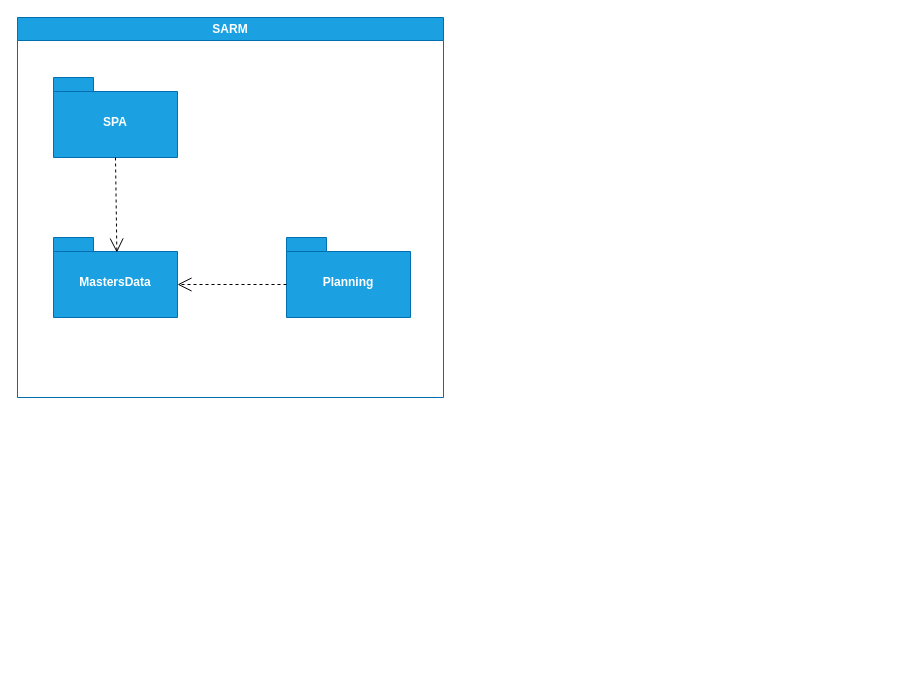
Above: docs/L2/Implementation_View.drawio in Rodrick0209/ISEP-SEM5PI-24-25 (draw.io), before the change. Source tidied: cells renumbered, new cells numbered last; positions are measured from the earlier drawing's top-left corner, leaving out a move shared by most shapes. Both pictures are drawn from the tidied source at 100%, with x=0, y=0 at pixel (17, 17).
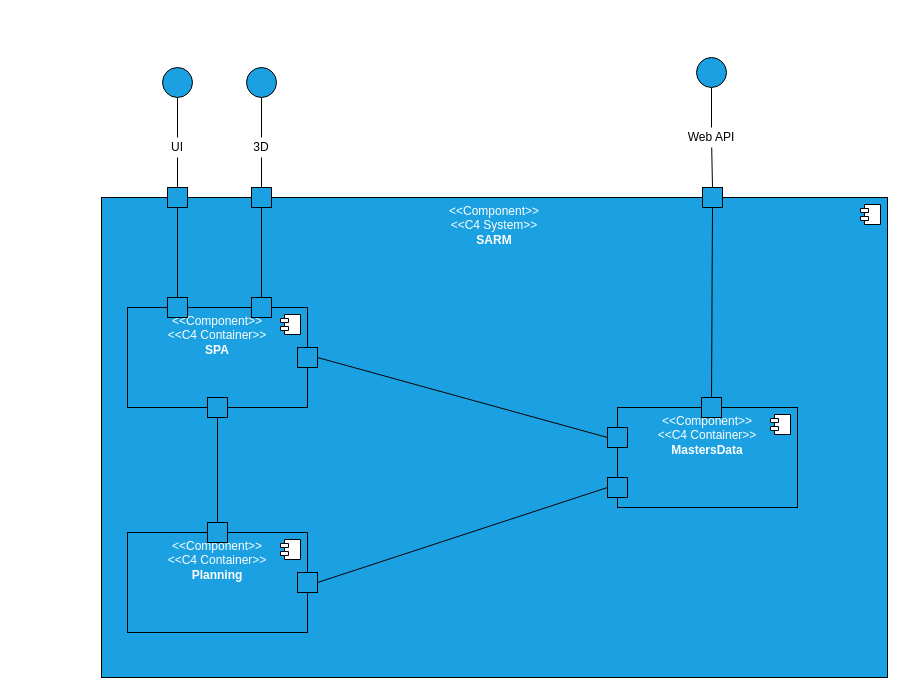
After the change.

Commit message (it also covers changes not shown here):
Implementation view fixed #25

Diff of the diagram source:
```diff
@@
-    <mxCell id="2" value="SARM" style="swimlane;whiteSpace=wrap;html=1;fillColor=#1ba1e2;fontColor=#ffffff;strokeColor=#006EAF;startSize=23;" parent="1" vertex="1">
-      <mxGeometry width="426" height="380" as="geometry" />
-    </mxCell>
-    <mxCell id="3" value="SPA" style="shape=folder;fontStyle=1;spacingTop=10;tabWidth=40;tabHeight=14;tabPosition=left;html=1;whiteSpace=wrap;fillColor=#1ba1e2;fontColor=#ffffff;strokeColor=#006EAF;" parent="2" vertex="1">
-      <mxGeometry x="36" y="60" width="124" height="80" as="geometry" />
-    </mxCell>
-    <mxCell id="4" value="Planning" style="shape=folder;fontStyle=1;spacingTop=10;tabWidth=40;tabHeight=14;tabPosition=left;html=1;whiteSpace=wrap;fillColor=#1ba1e2;fontColor=#ffffff;strokeColor=#006EAF;" parent="2" vertex="1">
-      <mxGeometry x="269" y="220" width="124" height="80" as="geometry" />
-    </mxCell>
-    <mxCell id="5" value="MastersData" style="shape=folder;fontStyle=1;spacingTop=10;tabWidth=40;tabHeight=14;tabPosition=left;html=1;whiteSpace=wrap;fillColor=#1ba1e2;fontColor=#ffffff;strokeColor=#006EAF;" parent="2" vertex="1">
-      <mxGeometry x="36" y="220" width="124" height="80" as="geometry" />
-    </mxCell>
-    <mxCell id="6" value="&lt;div&gt;&lt;br&gt;&lt;/div&gt;&lt;div&gt;&lt;br&gt;&lt;/div&gt;" style="endArrow=open;endSize=12;dashed=1;html=1;rounded=0;exitX=0;exitY=0;exitDx=0;exitDy=47;exitPerimeter=0;entryX=0;entryY=0;entryDx=124;entryDy=47;entryPerimeter=0;" parent="2" edge="1" source="4" target="5">
-      <mxGeometry relative="1" as="geometry" />
-    </mxCell>
-    <mxCell id="7" value="&lt;div&gt;&lt;br&gt;&lt;/div&gt;&lt;div&gt;&lt;br&gt;&lt;/div&gt;" style="endArrow=open;endSize=12;dashed=1;html=1;rounded=0;exitX=0.5;exitY=1;exitDx=0;exitDy=0;exitPerimeter=0;entryX=0.511;entryY=0.188;entryDx=0;entryDy=0;entryPerimeter=0;" parent="2" edge="1" source="3" target="5">
-      <mxGeometry relative="1" as="geometry" />
-    </mxCell>
+    <mxCell id="8" value="&amp;lt;&amp;lt;Component&amp;gt;&amp;gt;&lt;div&gt;&amp;lt;&amp;lt;C4 System&amp;gt;&amp;gt;&lt;/div&gt;&lt;div style=&quot;padding-right: 0px;&quot;&gt;&lt;b&gt;SARM&lt;/b&gt;&lt;/div&gt;" style="html=1;whiteSpace=wrap;horizontal=1;verticalAlign=top;fillColor=#1ba1e2;fontColor=#ffffff;strokeColor=default;" parent="1" vertex="1">
+      <mxGeometry x="84" y="180" width="786" height="480" as="geometry" />
+    </mxCell>
+    <mxCell id="9" style="shape=module;jettyWidth=8;jettyHeight=4;" parent="8" vertex="1">
+      <mxGeometry x="1" width="20" height="20" relative="1" as="geometry">
+        <mxPoint x="-27" y="7" as="offset" />
+      </mxGeometry>
+    </mxCell>
+    <mxCell id="10" value="&amp;lt;&amp;lt;Component&amp;gt;&amp;gt;&lt;div&gt;&amp;lt;&amp;lt;C4 Container&lt;span style=&quot;background-color: initial;&quot;&gt;&amp;gt;&amp;gt;&lt;/span&gt;&lt;/div&gt;&lt;div style=&quot;padding-right: 0px;&quot;&gt;&lt;b&gt;SPA&lt;/b&gt;&lt;/div&gt;" style="html=1;whiteSpace=wrap;horizontal=1;verticalAlign=top;fillColor=#1ba1e2;fontColor=#ffffff;strokeColor=default;" parent="1" vertex="1">
+      <mxGeometry x="110" y="290" width="180" height="100" as="geometry" />
+    </mxCell>
+    <mxCell id="11" style="shape=module;jettyWidth=8;jettyHeight=4;" parent="10" vertex="1">
+      <mxGeometry x="1" width="20" height="20" relative="1" as="geometry">
+        <mxPoint x="-27" y="7" as="offset" />
+      </mxGeometry>
+    </mxCell>
+    <mxCell id="12" style="whiteSpace=wrap;html=1;fillColor=#1ba1e2;fontColor=#ffffff;strokeColor=default;" parent="1" vertex="1">
+      <mxGeometry x="150" y="170" width="20" height="20" as="geometry" />
+    </mxCell>
+    <mxCell id="13" style="whiteSpace=wrap;html=1;fillColor=#1ba1e2;fontColor=#ffffff;strokeColor=default;" parent="1" vertex="1">
+      <mxGeometry x="150" y="280" width="20" height="20" as="geometry" />
+    </mxCell>
+    <mxCell id="14" style="whiteSpace=wrap;html=1;fillColor=#1ba1e2;fontColor=#ffffff;strokeColor=default;" parent="1" vertex="1">
+      <mxGeometry x="234" y="280" width="20" height="20" as="geometry" />
+    </mxCell>
+    <mxCell id="15" style="endArrow=none;html=1;rounded=0;entryX=0.5;entryY=1;entryDx=0;entryDy=0;exitX=0.5;exitY=0;exitDx=0;exitDy=0;" parent="1" edge="1" source="13" target="12">
+      <mxGeometry relative="1" as="geometry" />
+    </mxCell>
+    <mxCell id="16" style="endArrow=none;html=1;rounded=0;entryX=0.5;entryY=1;entryDx=0;entryDy=0;exitX=0.5;exitY=0;exitDx=0;exitDy=0;" parent="1" edge="1" source="14">
+      <mxGeometry relative="1" as="geometry">
+        <mxPoint x="244" y="190" as="targetPoint" />
+      </mxGeometry>
+    </mxCell>
+    <mxCell id="17" style="endArrow=none;html=1;rounded=0;exitX=0.5;exitY=0;exitDx=0;exitDy=0;entryX=0.5;entryY=1;entryDx=0;entryDy=0;" parent="1" edge="1" source="20" target="18">
+      <mxGeometry relative="1" as="geometry" />
+    </mxCell>
+    <mxCell id="18" style="ellipse;whiteSpace=wrap;html=1;fillColor=#1ba1e2;fontColor=#ffffff;strokeColor=default;" parent="1" vertex="1">
+      <mxGeometry x="145" y="50" width="30" height="30" as="geometry" />
+    </mxCell>
+    <mxCell id="19" style="endArrow=none;html=1;rounded=0;exitX=0.5;exitY=0;exitDx=0;exitDy=0;" parent="1" edge="1" source="12" target="20">
+      <mxGeometry relative="1" as="geometry" />
+    </mxCell>
+    <mxCell id="20" value="UI" style="text;html=1;align=center;verticalAlign=middle;whiteSpace=wrap;rounded=0;" parent="1" vertex="1">
+      <mxGeometry x="150" y="120" width="20" height="20" as="geometry" />
+    </mxCell>
+    <mxCell id="21" style="whiteSpace=wrap;html=1;fillColor=#1ba1e2;fontColor=#ffffff;strokeColor=default;" parent="1" vertex="1">
+      <mxGeometry x="234" y="170" width="20" height="20" as="geometry" />
+    </mxCell>
+    <mxCell id="22" style="endArrow=none;html=1;rounded=0;exitX=0.5;exitY=0;exitDx=0;exitDy=0;entryX=0.5;entryY=1;entryDx=0;entryDy=0;" parent="1" edge="1" source="25" target="23">
+      <mxGeometry relative="1" as="geometry" />
+    </mxCell>
+    <mxCell id="23" style="ellipse;whiteSpace=wrap;html=1;fillColor=#1ba1e2;fontColor=#ffffff;strokeColor=default;" parent="1" vertex="1">
+      <mxGeometry x="229" y="50" width="30" height="30" as="geometry" />
+    </mxCell>
+    <mxCell id="24" style="endArrow=none;html=1;rounded=0;exitX=0.5;exitY=0;exitDx=0;exitDy=0;" parent="1" edge="1" source="21" target="25">
+      <mxGeometry relative="1" as="geometry" />
+    </mxCell>
+    <mxCell id="25" value="3D" style="text;html=1;align=center;verticalAlign=middle;whiteSpace=wrap;rounded=0;" parent="1" vertex="1">
+      <mxGeometry x="234" y="120" width="20" height="20" as="geometry" />
+    </mxCell>
+    <mxCell id="26" value="&amp;lt;&amp;lt;Component&amp;gt;&amp;gt;&lt;div&gt;&amp;lt;&amp;lt;C4 Container&lt;span style=&quot;background-color: initial;&quot;&gt;&amp;gt;&amp;gt;&lt;/span&gt;&lt;/div&gt;&lt;div&gt;&lt;b&gt;Planning&lt;/b&gt;&lt;/div&gt;" style="html=1;whiteSpace=wrap;horizontal=1;verticalAlign=top;fillColor=#1ba1e2;fontColor=#ffffff;strokeColor=default;" parent="1" vertex="1">
+      <mxGeometry x="110" y="515" width="180" height="100" as="geometry" />
+    </mxCell>
+    <mxCell id="27" style="shape=module;jettyWidth=8;jettyHeight=4;" parent="26" vertex="1">
+      <mxGeometry x="1" width="20" height="20" relative="1" as="geometry">
+        <mxPoint x="-27" y="7" as="offset" />
+      </mxGeometry>
+    </mxCell>
+    <mxCell id="28" style="whiteSpace=wrap;html=1;fillColor=#1ba1e2;fontColor=#ffffff;strokeColor=default;" parent="1" vertex="1">
+      <mxGeometry x="190" y="380" width="20" height="20" as="geometry" />
+    </mxCell>
+    <mxCell id="29" style="whiteSpace=wrap;html=1;fillColor=#1ba1e2;fontColor=#ffffff;strokeColor=default;" parent="1" vertex="1">
+      <mxGeometry x="190" y="505" width="20" height="20" as="geometry" />
+    </mxCell>
+    <mxCell id="30" style="endArrow=none;html=1;rounded=0;entryX=0.5;entryY=1;entryDx=0;entryDy=0;exitX=0.5;exitY=0;exitDx=0;exitDy=0;" parent="1" edge="1" source="29" target="28">
+      <mxGeometry relative="1" as="geometry" />
+    </mxCell>
+    <mxCell id="31" value="&amp;lt;&amp;lt;Component&amp;gt;&amp;gt;&lt;div&gt;&amp;lt;&amp;lt;C4 Container&lt;span style=&quot;background-color: initial;&quot;&gt;&amp;gt;&amp;gt;&lt;/span&gt;&lt;/div&gt;&lt;div style=&quot;padding-right: 0px;&quot;&gt;&lt;b&gt;MastersData&lt;/b&gt;&lt;/div&gt;" style="html=1;whiteSpace=wrap;horizontal=1;verticalAlign=top;fillColor=#1ba1e2;fontColor=#ffffff;strokeColor=default;" parent="1" vertex="1">
+      <mxGeometry x="600" y="390" width="180" height="100" as="geometry" />
+    </mxCell>
+    <mxCell id="32" style="shape=module;jettyWidth=8;jettyHeight=4;" parent="31" vertex="1">
+      <mxGeometry x="1" width="20" height="20" relative="1" as="geometry">
+        <mxPoint x="-27" y="7" as="offset" />
+      </mxGeometry>
+    </mxCell>
+    <mxCell id="33" style="whiteSpace=wrap;html=1;fillColor=#1ba1e2;fontColor=#ffffff;strokeColor=default;" parent="1" vertex="1">
+      <mxGeometry x="280" y="555" width="20" height="20" as="geometry" />
+    </mxCell>
+    <mxCell id="34" style="whiteSpace=wrap;html=1;fillColor=#1ba1e2;fontColor=#ffffff;strokeColor=default;" parent="1" vertex="1">
+      <mxGeometry x="280" y="330" width="20" height="20" as="geometry" />
+    </mxCell>
+    <mxCell id="35" style="whiteSpace=wrap;html=1;fillColor=#1ba1e2;fontColor=#ffffff;strokeColor=default;" parent="1" vertex="1">
+      <mxGeometry x="590" y="410" width="20" height="20" as="geometry" />
+    </mxCell>
+    <mxCell id="36" style="whiteSpace=wrap;html=1;fillColor=#1ba1e2;fontColor=#ffffff;strokeColor=default;" parent="1" vertex="1">
+      <mxGeometry x="590" y="460" width="20" height="20" as="geometry" />
+    </mxCell>
+    <mxCell id="37" style="endArrow=none;html=1;rounded=0;entryX=0;entryY=0.5;entryDx=0;entryDy=0;exitX=1;exitY=0.5;exitDx=0;exitDy=0;" parent="1" edge="1" source="33" target="36">
+      <mxGeometry relative="1" as="geometry" />
+    </mxCell>
+    <mxCell id="38" style="endArrow=none;html=1;rounded=0;entryX=1;entryY=0.5;entryDx=0;entryDy=0;exitX=0;exitY=0.5;exitDx=0;exitDy=0;" parent="1" edge="1" source="35" target="34">
+      <mxGeometry relative="1" as="geometry" />
+    </mxCell>
+    <mxCell id="39" style="whiteSpace=wrap;html=1;fillColor=#1ba1e2;fontColor=#ffffff;strokeColor=default;" parent="1" vertex="1">
+      <mxGeometry x="685" y="170" width="20" height="20" as="geometry" />
+    </mxCell>
+    <mxCell id="40" style="whiteSpace=wrap;html=1;fillColor=#1ba1e2;fontColor=#ffffff;strokeColor=default;" parent="1" vertex="1">
+      <mxGeometry x="684" y="380" width="20" height="20" as="geometry" />
+    </mxCell>
+    <mxCell id="41" style="endArrow=none;html=1;rounded=0;entryX=0.5;entryY=1;entryDx=0;entryDy=0;exitX=0.5;exitY=0;exitDx=0;exitDy=0;" parent="1" edge="1" source="40" target="39">
+      <mxGeometry relative="1" as="geometry" />
+    </mxCell>
+    <mxCell id="42" style="endArrow=none;html=1;rounded=0;exitX=0.5;exitY=0;exitDx=0;exitDy=0;entryX=0.5;entryY=1;entryDx=0;entryDy=0;" parent="1" edge="1" source="45" target="43">
+      <mxGeometry relative="1" as="geometry" />
+    </mxCell>
+    <mxCell id="43" style="ellipse;whiteSpace=wrap;html=1;fillColor=#1ba1e2;fontColor=#ffffff;strokeColor=default;" parent="1" vertex="1">
+      <mxGeometry x="679" y="40" width="30" height="30" as="geometry" />
+    </mxCell>
+    <mxCell id="44" style="endArrow=none;html=1;rounded=0;exitX=0.5;exitY=0;exitDx=0;exitDy=0;" parent="1" edge="1" source="39" target="45">
+      <mxGeometry relative="1" as="geometry" />
+    </mxCell>
+    <mxCell id="45" value="Web API" style="text;html=1;align=center;verticalAlign=middle;whiteSpace=wrap;rounded=0;" parent="1" vertex="1">
+      <mxGeometry x="667" y="110" width="54" height="20" as="geometry" />
+    </mxCell>
```
